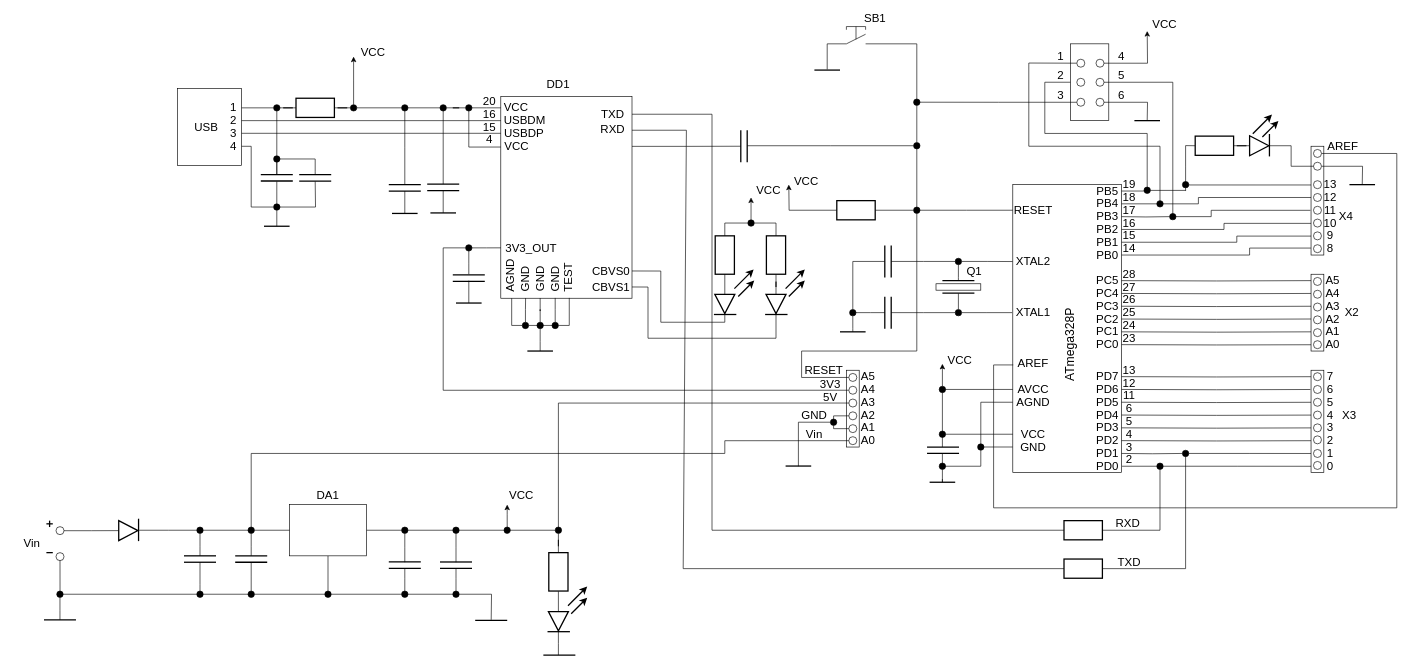
Above: drawio схемы/pavel/МК.drawio in ilyukou/diplom (draw.io), before the change. Source tidied: cells renumbered, new cells numbered last; positions are measured from the earlier drawing's top-left corner, leaving out a move shared by most shapes. Both pictures are drawn from the tidied source at 64%, with x=0, y=0 at pixel (11, 12).
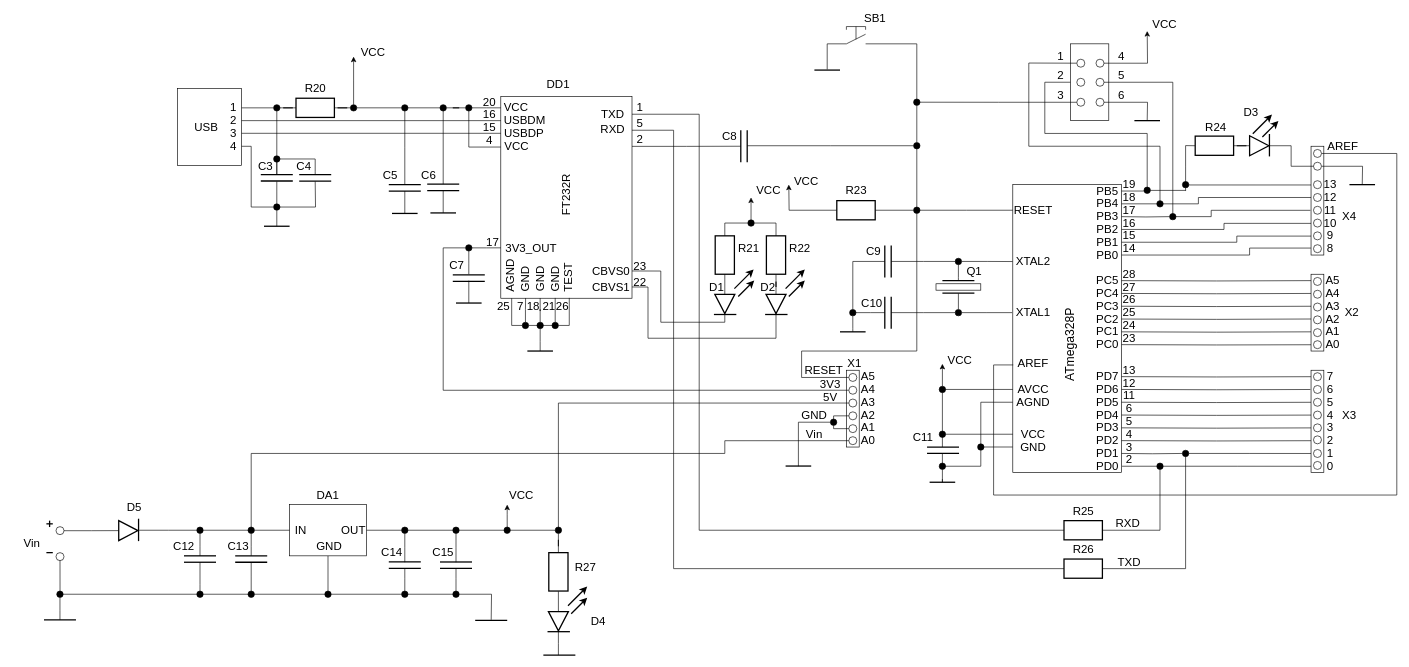
After the change.

Unchanged cells that the change refers to:
```xml
<mxCell id="4" style="rounded=0;whiteSpace=wrap;html=1;fontSize=18;" parent="1" vertex="1">
  <mxGeometry x="1565" y="270" width="170" height="450" as="geometry" />
</mxCell>
<mxCell id="89" style="ellipse;whiteSpace=wrap;html=1;" parent="1" vertex="1">
  <mxGeometry x="2034.8" y="215" width="12.5" height="12.5" as="geometry" />
</mxCell>
<mxCell id="211" style="ellipse;whiteSpace=wrap;html=1;fillColor=#000000;strokeWidth=1;" parent="1" vertex="1">
  <mxGeometry x="1830" y="685" width="10" height="10" as="geometry" />
</mxCell>
<mxCell id="213" style="ellipse;whiteSpace=wrap;html=1;fillColor=#000000;strokeWidth=1;" parent="1" vertex="1">
  <mxGeometry x="1790" y="705" width="10" height="10" as="geometry" />
</mxCell>
```

The edit, as a diff of the source:
```diff
@@
     <mxCell id="79" value="X4" style="text;html=1;strokeColor=none;fillColor=none;align=center;verticalAlign=middle;whiteSpace=wrap;rounded=0;fontSize=18;" parent="1" vertex="1">
-      <mxGeometry x="2066" y="310" width="40" height="20" as="geometry" />
+      <mxGeometry x="2071" y="310" width="40" height="20" as="geometry" />
     </mxCell>
@@
     <mxCell id="88" style="edgeStyle=orthogonalEdgeStyle;rounded=0;jettySize=auto;html=1;endArrow=none;endFill=0;entryX=0.004;entryY=0.626;entryDx=0;entryDy=0;entryPerimeter=0;" parent="1" edge="1" source="89" target="4">
       <mxGeometry relative="1" as="geometry">
         <Array as="points">
           <mxPoint x="2165" y="221" />
-          <mxPoint x="2165" y="775" />
-          <mxPoint x="1535" y="775" />
+          <mxPoint x="2165" y="755" />
+          <mxPoint x="1535" y="755" />
           <mxPoint x="1535" y="552" />
         </Array>
       </mxGeometry>
     </mxCell>
@@
     <mxCell id="209" style="endArrow=none;html=1;strokeColor=#000000;strokeWidth=1;rounded=0;entryX=0.5;entryY=1;entryDx=0;entryDy=0;" parent="1" edge="1" target="213">
       <mxGeometry relative="1" as="geometry">
         <mxPoint x="970" y="160" as="sourcePoint" />
         <Array as="points">
-          <mxPoint x="1095" y="160" />
-          <mxPoint x="1095" y="810" />
+          <mxPoint x="1075" y="160" />
+          <mxPoint x="1075" y="810" />
           <mxPoint x="1795" y="810" />
         </Array>
       </mxGeometry>
     </mxCell>
     <mxCell id="210" style="endArrow=none;html=1;strokeColor=#000000;strokeWidth=1;rounded=0;entryX=0.5;entryY=1;entryDx=0;entryDy=0;" parent="1" edge="1" target="211">
       <mxGeometry relative="1" as="geometry">
         <mxPoint x="970" y="185" as="sourcePoint" />
         <Array as="points">
-          <mxPoint x="1055" y="185" />
-          <mxPoint x="1050" y="870" />
+          <mxPoint x="1035" y="185" />
+          <mxPoint x="1035" y="870" />
           <mxPoint x="1835" y="870" />
         </Array>
       </mxGeometry>
     </mxCell>
@@
     <mxCell id="433" value="20" style="text;html=1;strokeColor=none;fillColor=none;align=center;verticalAlign=middle;whiteSpace=wrap;rounded=0;fontSize=18;" parent="1" vertex="1">
-      <mxGeometry x="735" y="130" width="25" height="20" as="geometry" />
+      <mxGeometry x="735" y="131" width="25" height="20" as="geometry" />
     </mxCell>
     <mxCell id="434" value="16" style="text;html=1;strokeColor=none;fillColor=none;align=center;verticalAlign=middle;whiteSpace=wrap;rounded=0;fontSize=18;" parent="1" vertex="1">
-      <mxGeometry x="735" y="150" width="25" height="20" as="geometry" />
+      <mxGeometry x="735" y="151" width="25" height="20" as="geometry" />
     </mxCell>
     <mxCell id="435" value="15" style="text;html=1;strokeColor=none;fillColor=none;align=center;verticalAlign=middle;whiteSpace=wrap;rounded=0;fontSize=18;" parent="1" vertex="1">
-      <mxGeometry x="735" y="170" width="25" height="20" as="geometry" />
+      <mxGeometry x="735" y="171" width="25" height="20" as="geometry" />
     </mxCell>
     <mxCell id="436" value="4" style="text;html=1;strokeColor=none;fillColor=none;align=center;verticalAlign=middle;whiteSpace=wrap;rounded=0;fontSize=18;" parent="1" vertex="1">
-      <mxGeometry x="735" y="190" width="25" height="20" as="geometry" />
+      <mxGeometry x="735" y="191" width="25" height="20" as="geometry" />
     </mxCell>
+    <mxCell id="437" value="1" style="text;html=1;strokeColor=none;fillColor=none;align=center;verticalAlign=middle;whiteSpace=wrap;rounded=0;fontSize=18;" parent="1" vertex="1">
+      <mxGeometry x="970" y="140" width="25" height="20" as="geometry" />
+    </mxCell>
+    <mxCell id="438" value="5" style="text;html=1;strokeColor=none;fillColor=none;align=center;verticalAlign=middle;whiteSpace=wrap;rounded=0;fontSize=18;" parent="1" vertex="1">
+      <mxGeometry x="970" y="165" width="25" height="20" as="geometry" />
+    </mxCell>
+    <mxCell id="439" value="2" style="text;html=1;strokeColor=none;fillColor=none;align=center;verticalAlign=middle;whiteSpace=wrap;rounded=0;fontSize=18;" parent="1" vertex="1">
+      <mxGeometry x="970" y="190" width="25" height="20" as="geometry" />
+    </mxCell>
+    <mxCell id="440" value="23" style="text;html=1;strokeColor=none;fillColor=none;align=center;verticalAlign=middle;whiteSpace=wrap;rounded=0;fontSize=18;" parent="1" vertex="1">
+      <mxGeometry x="970" y="387.5" width="25" height="20" as="geometry" />
+    </mxCell>
+    <mxCell id="441" value="22" style="text;html=1;strokeColor=none;fillColor=none;align=center;verticalAlign=middle;whiteSpace=wrap;rounded=0;fontSize=18;" parent="1" vertex="1">
+      <mxGeometry x="970" y="412.5" width="25" height="20" as="geometry" />
+    </mxCell>
+    <mxCell id="442" value="17" style="text;html=1;strokeColor=none;fillColor=none;align=center;verticalAlign=middle;whiteSpace=wrap;rounded=0;fontSize=18;" parent="1" vertex="1">
+      <mxGeometry x="740" y="350" width="25" height="20" as="geometry" />
+    </mxCell>
+    <mxCell id="443" value="25" style="text;html=1;strokeColor=none;fillColor=none;align=center;verticalAlign=middle;whiteSpace=wrap;rounded=0;fontSize=18;" parent="1" vertex="1">
+      <mxGeometry x="757" y="451.2" width="25" height="20" as="geometry" />
+    </mxCell>
+    <mxCell id="444" value="7" style="text;html=1;strokeColor=none;fillColor=none;align=center;verticalAlign=middle;whiteSpace=wrap;rounded=0;fontSize=18;" parent="1" vertex="1">
+      <mxGeometry x="789" y="451.2" width="14" height="20" as="geometry" />
+    </mxCell>
+    <mxCell id="445" value="18" style="text;html=1;strokeColor=none;fillColor=none;align=center;verticalAlign=middle;whiteSpace=wrap;rounded=0;fontSize=18;" parent="1" vertex="1">
+      <mxGeometry x="805" y="451.2" width="22" height="20" as="geometry" />
+    </mxCell>
+    <mxCell id="446" value="21" style="text;html=1;strokeColor=none;fillColor=none;align=center;verticalAlign=middle;whiteSpace=wrap;rounded=0;fontSize=18;" parent="1" vertex="1">
+      <mxGeometry x="829.5" y="451.2" width="20.5" height="20" as="geometry" />
+    </mxCell>
+    <mxCell id="447" value="26" style="text;html=1;strokeColor=none;fillColor=none;align=center;verticalAlign=middle;whiteSpace=wrap;rounded=0;fontSize=18;" parent="1" vertex="1">
+      <mxGeometry x="850.5" y="451.2" width="20.5" height="20" as="geometry" />
+    </mxCell>
+    <mxCell id="448" value="IN" style="text;html=1;strokeColor=none;fillColor=none;align=center;verticalAlign=middle;whiteSpace=wrap;rounded=0;fontSize=18;" parent="1" vertex="1">
+      <mxGeometry x="440" y="799.7" width="25" height="20" as="geometry" />
+    </mxCell>
+    <mxCell id="449" value="OUT" style="text;html=1;strokeColor=none;fillColor=none;align=center;verticalAlign=middle;whiteSpace=wrap;rounded=0;fontSize=18;" parent="1" vertex="1">
+      <mxGeometry x="516.2" y="799.7" width="37.5" height="20" as="geometry" />
+    </mxCell>
+    <mxCell id="450" value="GND" style="text;html=1;strokeColor=none;fillColor=none;align=center;verticalAlign=middle;whiteSpace=wrap;rounded=0;fontSize=18;" parent="1" vertex="1">
+      <mxGeometry x="477.5" y="825" width="37.5" height="20" as="geometry" />
+    </mxCell>
+    <mxCell id="451" value="&lt;font style=&quot;font-size: 18px&quot;&gt;FT232R&lt;/font&gt;" style="text;html=1;strokeColor=none;fillColor=none;align=center;verticalAlign=middle;whiteSpace=wrap;rounded=0;fontSize=18;rotation=-90;" parent="1" vertex="1">
+      <mxGeometry x="847.5" y="276.2" width="40" height="20" as="geometry" />
+    </mxCell>
+    <mxCell id="452" value="R20" style="text;html=1;strokeColor=none;fillColor=none;align=center;verticalAlign=middle;whiteSpace=wrap;rounded=0;fontSize=18;" parent="1" vertex="1">
+      <mxGeometry x="452.5" y="110" width="45" height="20" as="geometry" />
+    </mxCell>
+    <mxCell id="453" value="R21" style="text;html=1;strokeColor=none;fillColor=none;align=center;verticalAlign=middle;whiteSpace=wrap;rounded=0;fontSize=18;" parent="1" vertex="1">
+      <mxGeometry x="1130" y="358.8" width="45" height="20" as="geometry" />
+    </mxCell>
+    <mxCell id="454" value="R22" style="text;html=1;strokeColor=none;fillColor=none;align=center;verticalAlign=middle;whiteSpace=wrap;rounded=0;fontSize=18;" parent="1" vertex="1">
+      <mxGeometry x="1210" y="358.8" width="45" height="20" as="geometry" />
+    </mxCell>
+    <mxCell id="455" value="R23" style="text;html=1;strokeColor=none;fillColor=none;align=center;verticalAlign=middle;whiteSpace=wrap;rounded=0;fontSize=18;" parent="1" vertex="1">
+      <mxGeometry x="1297.5" y="268.8" width="45" height="20" as="geometry" />
+    </mxCell>
+    <mxCell id="456" value="R24" style="text;html=1;strokeColor=none;fillColor=none;align=center;verticalAlign=middle;whiteSpace=wrap;rounded=0;fontSize=18;" parent="1" vertex="1">
+      <mxGeometry x="1860" y="170" width="45" height="20" as="geometry" />
+    </mxCell>
+    <mxCell id="457" value="R25" style="text;html=1;strokeColor=none;fillColor=none;align=center;verticalAlign=middle;whiteSpace=wrap;rounded=0;fontSize=18;" parent="1" vertex="1">
+      <mxGeometry x="1652.5" y="770" width="45" height="20" as="geometry" />
+    </mxCell>
+    <mxCell id="458" value="R26" style="text;html=1;strokeColor=none;fillColor=none;align=center;verticalAlign=middle;whiteSpace=wrap;rounded=0;fontSize=18;" parent="1" vertex="1">
+      <mxGeometry x="1652.5" y="830" width="45" height="20" as="geometry" />
+    </mxCell>
+    <mxCell id="459" value="R27" style="text;html=1;strokeColor=none;fillColor=none;align=center;verticalAlign=middle;whiteSpace=wrap;rounded=0;fontSize=18;" parent="1" vertex="1">
+      <mxGeometry x="875" y="857.5" width="45" height="20" as="geometry" />
+    </mxCell>
+    <mxCell id="460" value="X1" style="text;html=1;strokeColor=none;fillColor=none;align=center;verticalAlign=middle;whiteSpace=wrap;rounded=0;fontSize=18;" parent="1" vertex="1">
+      <mxGeometry x="1297.5" y="540" width="40" height="20" as="geometry" />
+    </mxCell>
+    <mxCell id="461" value="C3" style="text;html=1;strokeColor=none;fillColor=none;align=center;verticalAlign=middle;whiteSpace=wrap;rounded=0;fontSize=18;" parent="1" vertex="1">
+      <mxGeometry x="375" y="231.2" width="45" height="20" as="geometry" />
+    </mxCell>
+    <mxCell id="462" value="C4" style="text;html=1;strokeColor=none;fillColor=none;align=center;verticalAlign=middle;whiteSpace=wrap;rounded=0;fontSize=18;" parent="1" vertex="1">
+      <mxGeometry x="435" y="231.2" width="45" height="20" as="geometry" />
+    </mxCell>
+    <mxCell id="463" value="C5" style="text;html=1;strokeColor=none;fillColor=none;align=center;verticalAlign=middle;whiteSpace=wrap;rounded=0;fontSize=18;" parent="1" vertex="1">
+      <mxGeometry x="570" y="245.5" width="45" height="20" as="geometry" />
+    </mxCell>
+    <mxCell id="464" value="C6" style="text;html=1;strokeColor=none;fillColor=none;align=center;verticalAlign=middle;whiteSpace=wrap;rounded=0;fontSize=18;" parent="1" vertex="1">
+      <mxGeometry x="630" y="245.5" width="45" height="20" as="geometry" />
+    </mxCell>
+    <mxCell id="465" value="C7" style="text;html=1;strokeColor=none;fillColor=none;align=center;verticalAlign=middle;whiteSpace=wrap;rounded=0;fontSize=18;" parent="1" vertex="1">
+      <mxGeometry x="679" y="386.5" width="35" height="20" as="geometry" />
+    </mxCell>
+    <mxCell id="466" value="C8" style="text;html=1;strokeColor=none;fillColor=none;align=center;verticalAlign=middle;whiteSpace=wrap;rounded=0;fontSize=18;" parent="1" vertex="1">
+      <mxGeometry x="1105" y="185" width="35" height="20" as="geometry" />
+    </mxCell>
+    <mxCell id="467" value="C9" style="text;html=1;strokeColor=none;fillColor=none;align=center;verticalAlign=middle;whiteSpace=wrap;rounded=0;fontSize=18;" parent="1" vertex="1">
+      <mxGeometry x="1330" y="363.8" width="35" height="20" as="geometry" />
+    </mxCell>
+    <mxCell id="468" value="C10" style="text;html=1;strokeColor=none;fillColor=none;align=center;verticalAlign=middle;whiteSpace=wrap;rounded=0;fontSize=18;" parent="1" vertex="1">
+      <mxGeometry x="1325" y="445" width="40" height="20" as="geometry" />
+    </mxCell>
+    <mxCell id="469" value="C11" style="text;html=1;strokeColor=none;fillColor=none;align=center;verticalAlign=middle;whiteSpace=wrap;rounded=0;fontSize=18;" parent="1" vertex="1">
+      <mxGeometry x="1405" y="655" width="40" height="20" as="geometry" />
+    </mxCell>
+    <mxCell id="470" value="C12" style="text;html=1;strokeColor=none;fillColor=none;align=center;verticalAlign=middle;whiteSpace=wrap;rounded=0;fontSize=18;" parent="1" vertex="1">
+      <mxGeometry x="250" y="825" width="40" height="20" as="geometry" />
+    </mxCell>
+    <mxCell id="471" value="C13" style="text;html=1;strokeColor=none;fillColor=none;align=center;verticalAlign=middle;whiteSpace=wrap;rounded=0;fontSize=18;" parent="1" vertex="1">
+      <mxGeometry x="335" y="825" width="40" height="20" as="geometry" />
+    </mxCell>
+    <mxCell id="472" value="C14" style="text;html=1;strokeColor=none;fillColor=none;align=center;verticalAlign=middle;whiteSpace=wrap;rounded=0;fontSize=18;" parent="1" vertex="1">
+      <mxGeometry x="575" y="835" width="40" height="20" as="geometry" />
+    </mxCell>
+    <mxCell id="473" value="C15" style="text;html=1;strokeColor=none;fillColor=none;align=center;verticalAlign=middle;whiteSpace=wrap;rounded=0;fontSize=18;" parent="1" vertex="1">
+      <mxGeometry x="655" y="834" width="40" height="20" as="geometry" />
+    </mxCell>
+    <mxCell id="474" value="D1" style="text;html=1;strokeColor=none;fillColor=none;align=center;verticalAlign=middle;whiteSpace=wrap;rounded=0;fontSize=18;" parent="1" vertex="1">
+      <mxGeometry x="1080" y="420.9" width="45" height="20" as="geometry" />
+    </mxCell>
+    <mxCell id="475" value="D2" style="text;html=1;strokeColor=none;fillColor=none;align=center;verticalAlign=middle;whiteSpace=wrap;rounded=0;fontSize=18;" parent="1" vertex="1">
+      <mxGeometry x="1160" y="419.9" width="45" height="20" as="geometry" />
+    </mxCell>
+    <mxCell id="476" value="D3" style="text;html=1;strokeColor=none;fillColor=none;align=center;verticalAlign=middle;whiteSpace=wrap;rounded=0;fontSize=18;" parent="1" vertex="1">
+      <mxGeometry x="1915" y="147.5" width="45" height="20" as="geometry" />
+    </mxCell>
+    <mxCell id="477" value="D4" style="text;html=1;strokeColor=none;fillColor=none;align=center;verticalAlign=middle;whiteSpace=wrap;rounded=0;fontSize=18;" parent="1" vertex="1">
+      <mxGeometry x="895" y="942.1" width="45" height="20" as="geometry" />
+    </mxCell>
+    <mxCell id="478" value="D5" style="text;html=1;strokeColor=none;fillColor=none;align=center;verticalAlign=middle;whiteSpace=wrap;rounded=0;fontSize=18;" parent="1" vertex="1">
+      <mxGeometry x="170" y="765" width="45" height="20" as="geometry" />
+    </mxCell>
```
